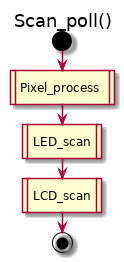
Above: doc/uml/Scan_poll.png in kluelogic/controller (PlantUML), before the change.
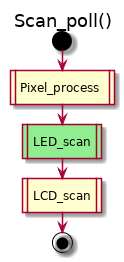
After the change.

What changed in the source:
```diff
@@ -2,7 +2,7 @@
 title Scan_poll()
 start
 :Pixel_process|
-:LED_scan|
+#LightGreen:LED_scan|
 :LCD_scan|
 stop
 @enduml
```
